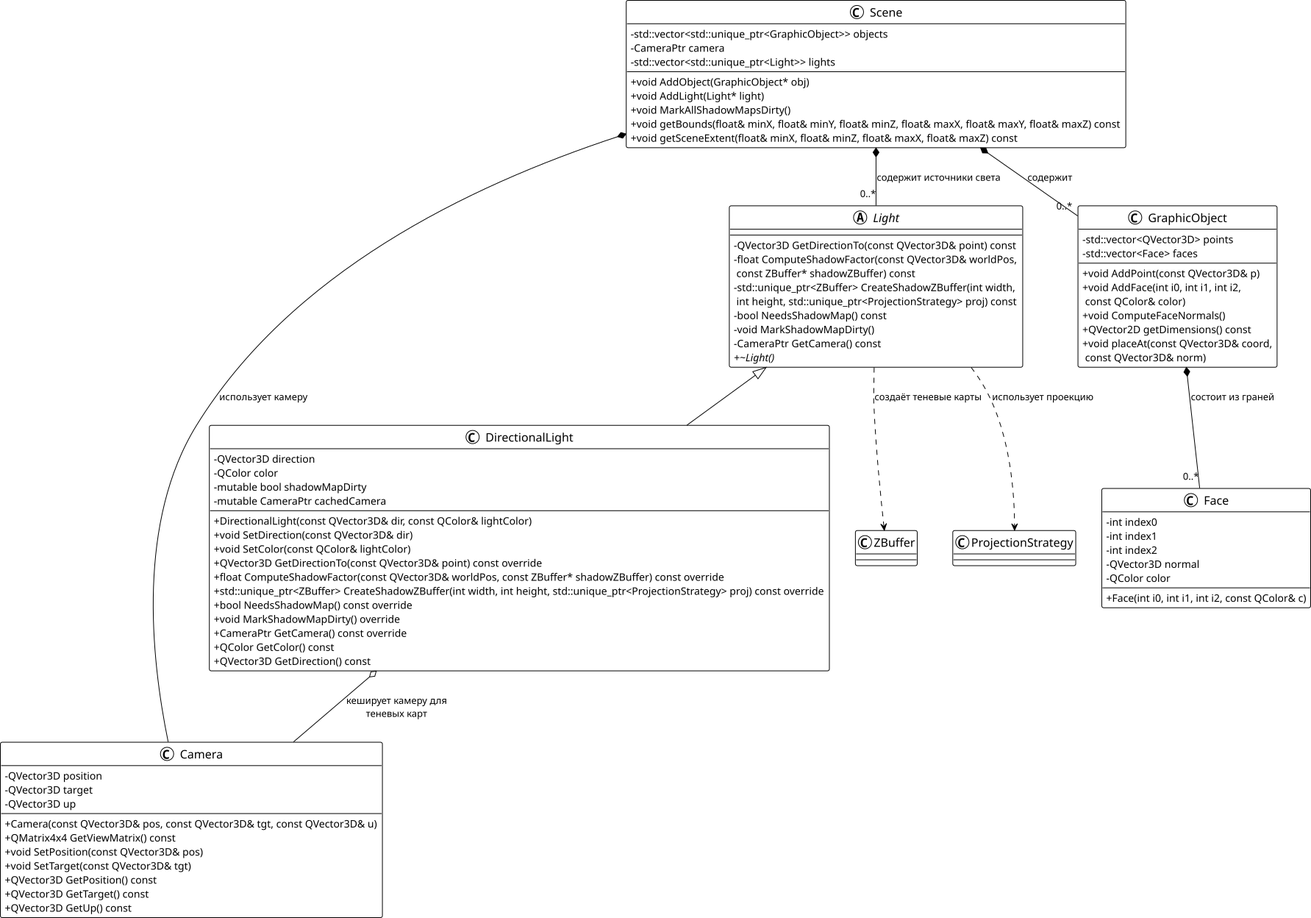
Above: report/preza/SceneComposition.png in Mikhanick/courseCG (PlantUML), before the change. Its source is kept beside it as report/src/images/plantuml/SceneComposition.plantuml.
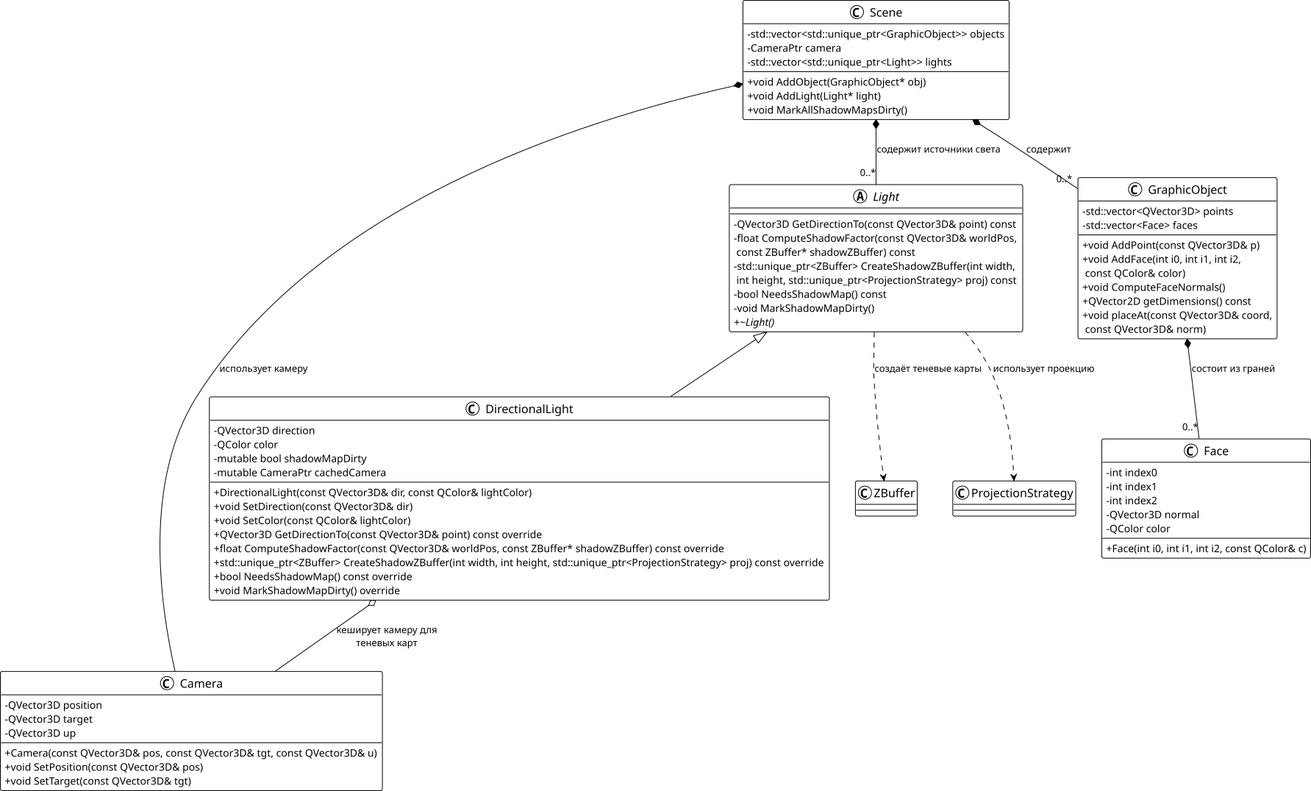
After the change.

The edit, as a diff of the source:
```diff
@@ -11,8 +11,6 @@
   +void AddObject(GraphicObject* obj)
   +void AddLight(Light* light)
   +void MarkAllShadowMapsDirty()
-  +void getBounds(float& minX, float& minY, float& minZ, float& maxX, float& maxY, float& maxZ) const
-  +void getSceneExtent(float& minX, float& minZ, float& maxX, float& maxZ) const
 }
 
 class Camera {
@@ -20,12 +18,8 @@
   -QVector3D target
   -QVector3D up
   +Camera(const QVector3D& pos, const QVector3D& tgt, const QVector3D& u)
-  +QMatrix4x4 GetViewMatrix() const
   +void SetPosition(const QVector3D& pos)
   +void SetTarget(const QVector3D& tgt)
-  +QVector3D GetPosition() const
-  +QVector3D GetTarget() const
-  +QVector3D GetUp() const
 }
 
 abstract class Light {
@@ -34,7 +28,6 @@
   -std::unique_ptr<ZBuffer> CreateShadowZBuffer(int width, \n int height, std::unique_ptr<ProjectionStrategy> proj) const
   -bool NeedsShadowMap() const
   -void MarkShadowMapDirty()
-  -CameraPtr GetCamera() const
   +{abstract} ~Light()
 }
 
@@ -51,9 +44,6 @@
   +std::unique_ptr<ZBuffer> CreateShadowZBuffer(int width, int height, std::unique_ptr<ProjectionStrategy> proj) const override
   +bool NeedsShadowMap() const override
   +void MarkShadowMapDirty() override
-  +CameraPtr GetCamera() const override
-  +QColor GetColor() const
-  +QVector3D GetDirection() const
 }
 
 class GraphicObject {
```
